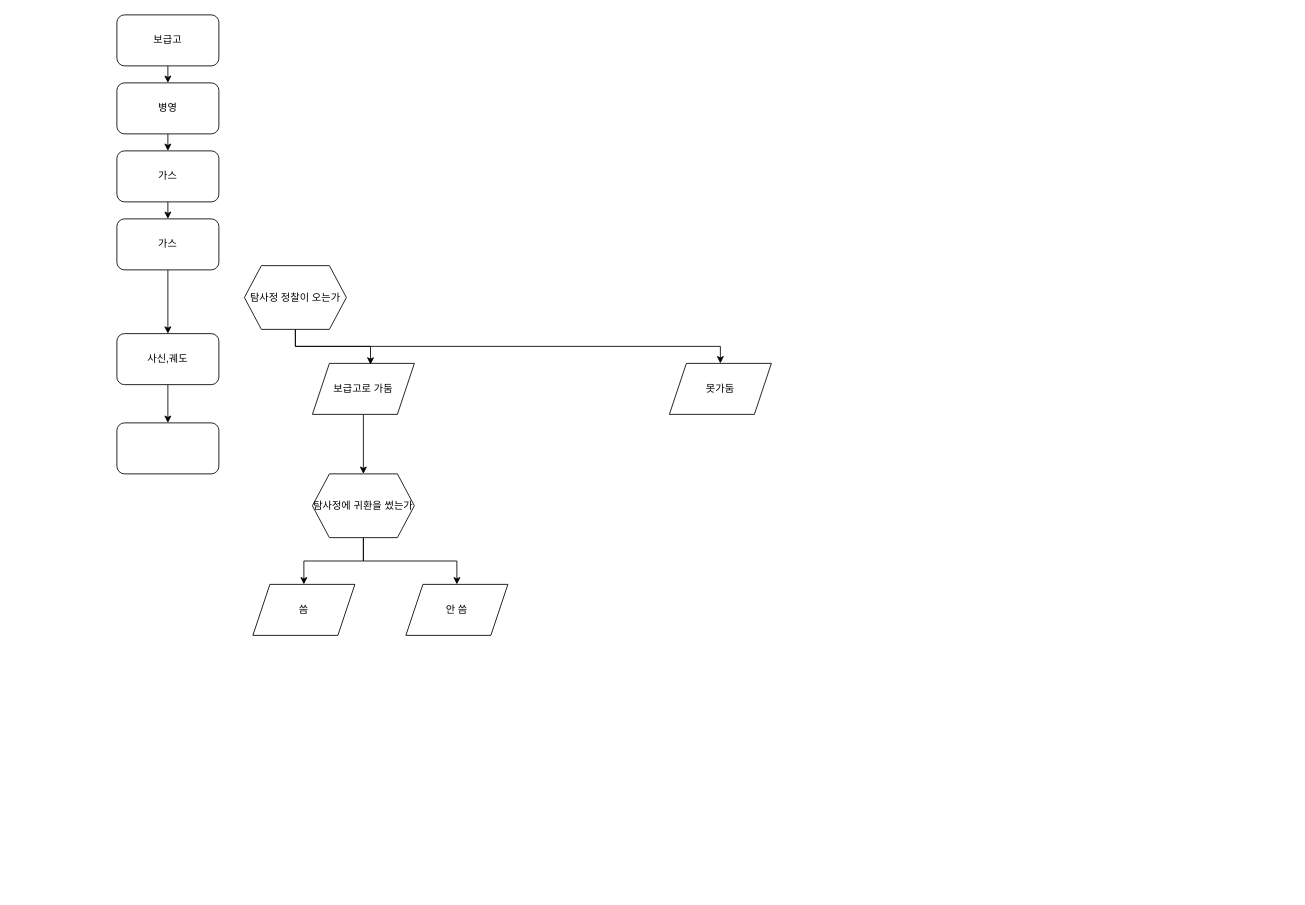
Earlier version of the draw.io diagram 팩더블.drawio (kapterhan/darw_io_test). Source tidied: cells renumbered, new cells numbered last; positions are measured from the earlier drawing's top-left corner, leaving out a move shared by most shapes. Both pictures are drawn from the tidied source at 85%, with x=0, y=0 at pixel (116, 14).
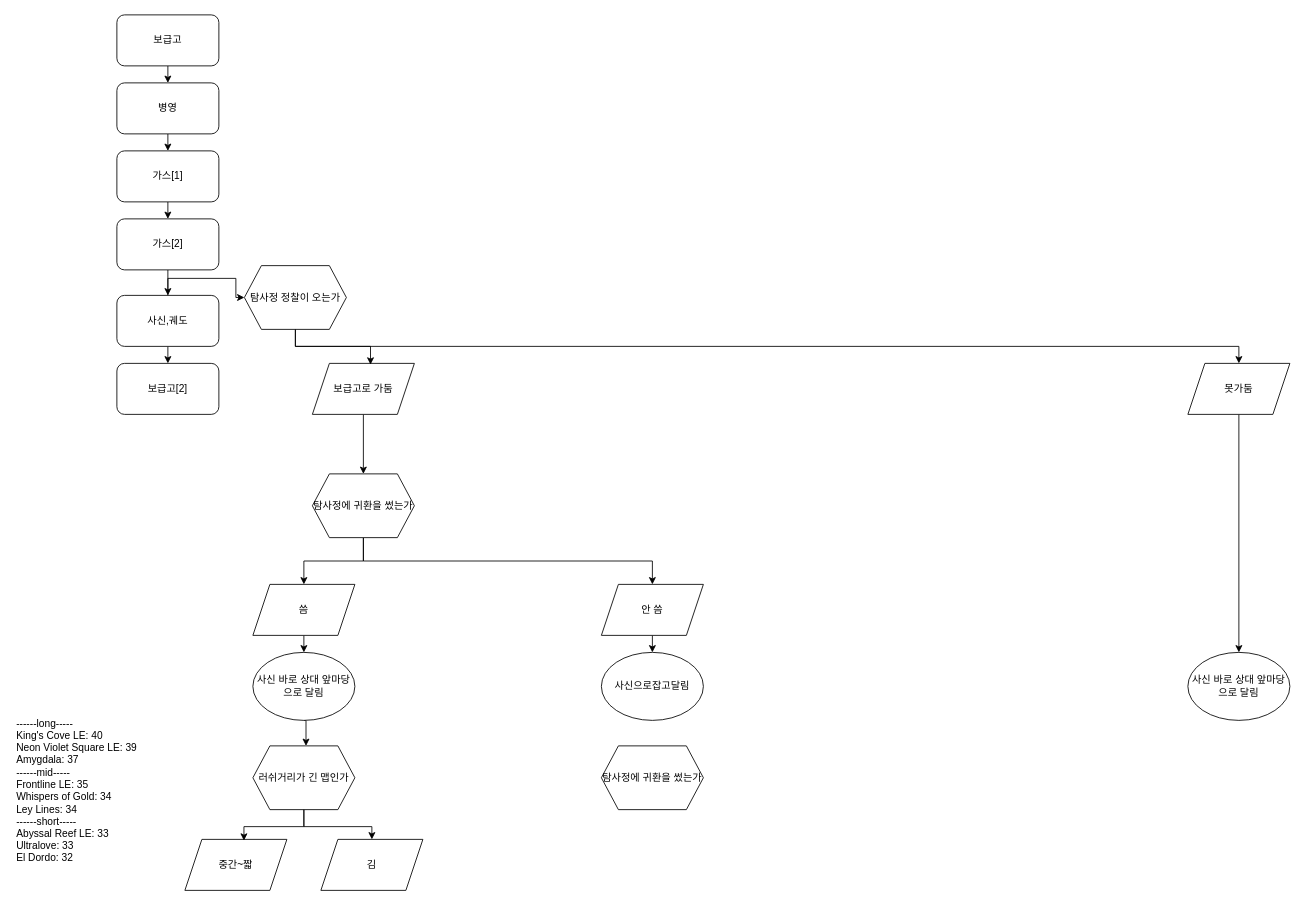
The same page after the edit.

Commit message (it also covers changes not shown here):
팩더블.drawio 업데이트

The change refers to these unchanged cells:
```xml
<mxCell id="14" value="탐사정 정찰이 오는가" style="shape=hexagon;perimeter=hexagonPerimeter2;whiteSpace=wrap;html=1;fixedSize=1;" parent="1" vertex="1">
  <mxGeometry x="150" y="295" width="120" height="75" as="geometry" />
</mxCell>
<mxCell id="22" value="씀" style="shape=parallelogram;perimeter=parallelogramPerimeter;whiteSpace=wrap;html=1;fixedSize=1;" parent="1" vertex="1">
  <mxGeometry x="160" y="670" width="120" height="60" as="geometry" />
</mxCell>
```

What changed in the source:
```diff
@@
-    <mxCell id="7" value="가스" style="rounded=1;whiteSpace=wrap;html=1;" parent="1" vertex="1">
+    <mxCell id="7" value="가스[1]" style="rounded=1;whiteSpace=wrap;html=1;" parent="1" vertex="1">
       <mxGeometry y="160" width="120" height="60" as="geometry" />
     </mxCell>
@@
-    <mxCell id="9" value="가스" style="rounded=1;whiteSpace=wrap;html=1;" parent="1" vertex="1">
+    <mxCell id="9" value="가스[2]" style="rounded=1;whiteSpace=wrap;html=1;" parent="1" vertex="1">
       <mxGeometry y="240" width="120" height="60" as="geometry" />
     </mxCell>
@@
+    <mxCell id="24" style="edgeStyle=orthogonalEdgeStyle;rounded=0;jettySize=auto;html=1;exitX=0.5;exitY=0;exitDx=0;exitDy=0;entryX=0;entryY=0.5;entryDx=0;entryDy=0;" parent="1" edge="1" source="11" target="14">
+      <mxGeometry relative="1" as="geometry" />
+    </mxCell>
     <mxCell id="11" value="사신,궤도" style="rounded=1;whiteSpace=wrap;html=1;" parent="1" vertex="1">
-      <mxGeometry y="375" width="120" height="60" as="geometry" />
+      <mxGeometry y="330" width="120" height="60" as="geometry" />
     </mxCell>
-    <mxCell id="12" style="rounded=1;whiteSpace=wrap;html=1;" parent="1" vertex="1">
-      <mxGeometry y="480" width="120" height="60" as="geometry" />
+    <mxCell id="12" value="보급고[2]" style="rounded=1;whiteSpace=wrap;html=1;" parent="1" vertex="1">
+      <mxGeometry y="410" width="120" height="60" as="geometry" />
     </mxCell>
@@
+    <mxCell id="25" style="edgeStyle=orthogonalEdgeStyle;rounded=0;jettySize=auto;html=1;exitX=0.5;exitY=1;exitDx=0;exitDy=0;entryX=0.5;entryY=0;entryDx=0;entryDy=0;" parent="1" edge="1" source="17" target="31">
+      <mxGeometry relative="1" as="geometry" />
+    </mxCell>
     <mxCell id="17" value="못가둠" style="shape=parallelogram;perimeter=parallelogramPerimeter;whiteSpace=wrap;html=1;fixedSize=1;" parent="1" vertex="1">
-      <mxGeometry x="650" y="410" width="120" height="60" as="geometry" />
+      <mxGeometry x="1260" y="410" width="120" height="60" as="geometry" />
     </mxCell>
@@
+    <mxCell id="26" style="edgeStyle=orthogonalEdgeStyle;rounded=0;jettySize=auto;html=1;exitX=0.5;exitY=1;exitDx=0;exitDy=0;entryX=0.5;entryY=0;entryDx=0;entryDy=0;" parent="1" edge="1" source="22" target="30">
+      <mxGeometry relative="1" as="geometry" />
+    </mxCell>
@@
+    <mxCell id="27" style="edgeStyle=orthogonalEdgeStyle;rounded=0;jettySize=auto;html=1;exitX=0.5;exitY=1;exitDx=0;exitDy=0;entryX=0.5;entryY=0;entryDx=0;entryDy=0;" parent="1" edge="1" source="23" target="28">
+      <mxGeometry relative="1" as="geometry" />
+    </mxCell>
     <mxCell id="23" value="안 씀" style="shape=parallelogram;perimeter=parallelogramPerimeter;whiteSpace=wrap;html=1;fixedSize=1;" parent="1" vertex="1">
-      <mxGeometry x="340" y="670" width="120" height="60" as="geometry" />
+      <mxGeometry x="570" y="670" width="120" height="60" as="geometry" />
     </mxCell>
+    <mxCell id="28" value="사신으로잡고달림" style="ellipse;whiteSpace=wrap;html=1;" parent="1" vertex="1">
+      <mxGeometry x="570" y="750" width="120" height="80" as="geometry" />
+    </mxCell>
+    <mxCell id="29" style="edgeStyle=orthogonalEdgeStyle;rounded=0;jettySize=auto;html=1;exitX=0.5;exitY=1;exitDx=0;exitDy=0;entryX=0.5;entryY=0;entryDx=0;entryDy=0;" parent="1" edge="1" source="30">
+      <mxGeometry relative="1" as="geometry">
+        <mxPoint x="222.5" y="860" as="targetPoint" />
+      </mxGeometry>
+    </mxCell>
+    <mxCell id="30" value="사신 바로 상대 앞마당으로 달림" style="ellipse;whiteSpace=wrap;html=1;" parent="1" vertex="1">
+      <mxGeometry x="160" y="750" width="120" height="80" as="geometry" />
+    </mxCell>
+    <mxCell id="31" value="사신 바로 상대 앞마당으로 달림" style="ellipse;whiteSpace=wrap;html=1;" parent="1" vertex="1">
+      <mxGeometry x="1260" y="750" width="120" height="80" as="geometry" />
+    </mxCell>
+    <mxCell id="32" value="탐사정에 귀환을 썼는가" style="shape=hexagon;perimeter=hexagonPerimeter2;whiteSpace=wrap;html=1;fixedSize=1;" parent="1" vertex="1">
+      <mxGeometry x="570" y="860" width="120" height="75" as="geometry" />
+    </mxCell>
+    <mxCell id="33" value="------long-----&#10;King's Cove LE: 40&#10;Neon Violet Square LE: 39&#10;Amygdala: 37&#10;------mid-----&#10;Frontline LE: 35&#10;Whispers of Gold: 34&#10;Ley Lines: 34&#10;------short-----&#10;Abyssal Reef LE: 33&#10;Ultralove: 33&#10;El Dordo: 32" style="text;whiteSpace=wrap;" parent="1" vertex="1">
+      <mxGeometry x="-120" y="820" width="180" height="200" as="geometry" />
+    </mxCell>
+    <mxCell id="34" style="edgeStyle=orthogonalEdgeStyle;rounded=0;jettySize=auto;html=1;exitX=0.5;exitY=1;exitDx=0;exitDy=0;entryX=0.5;entryY=0;entryDx=0;entryDy=0;" parent="1" edge="1" source="35" target="37">
+      <mxGeometry relative="1" as="geometry" />
+    </mxCell>
+    <mxCell id="35" value="러쉬거리가 긴 맵인가" style="shape=hexagon;perimeter=hexagonPerimeter2;whiteSpace=wrap;html=1;fixedSize=1;" parent="1" vertex="1">
+      <mxGeometry x="160" y="860" width="120" height="75" as="geometry" />
+    </mxCell>
+    <mxCell id="36" value="중간~짧" style="shape=parallelogram;perimeter=parallelogramPerimeter;whiteSpace=wrap;html=1;fixedSize=1;" parent="1" vertex="1">
+      <mxGeometry x="80" y="970" width="120" height="60" as="geometry" />
+    </mxCell>
+    <mxCell id="37" value="김" style="shape=parallelogram;perimeter=parallelogramPerimeter;whiteSpace=wrap;html=1;fixedSize=1;" parent="1" vertex="1">
+      <mxGeometry x="240" y="970" width="120" height="60" as="geometry" />
+    </mxCell>
+    <mxCell id="38" style="edgeStyle=orthogonalEdgeStyle;rounded=0;jettySize=auto;html=1;exitX=0.5;exitY=1;exitDx=0;exitDy=0;entryX=0.579;entryY=0.024;entryDx=0;entryDy=0;entryPerimeter=0;" parent="1" edge="1" source="35" target="36">
+      <mxGeometry relative="1" as="geometry" />
+    </mxCell>
```
